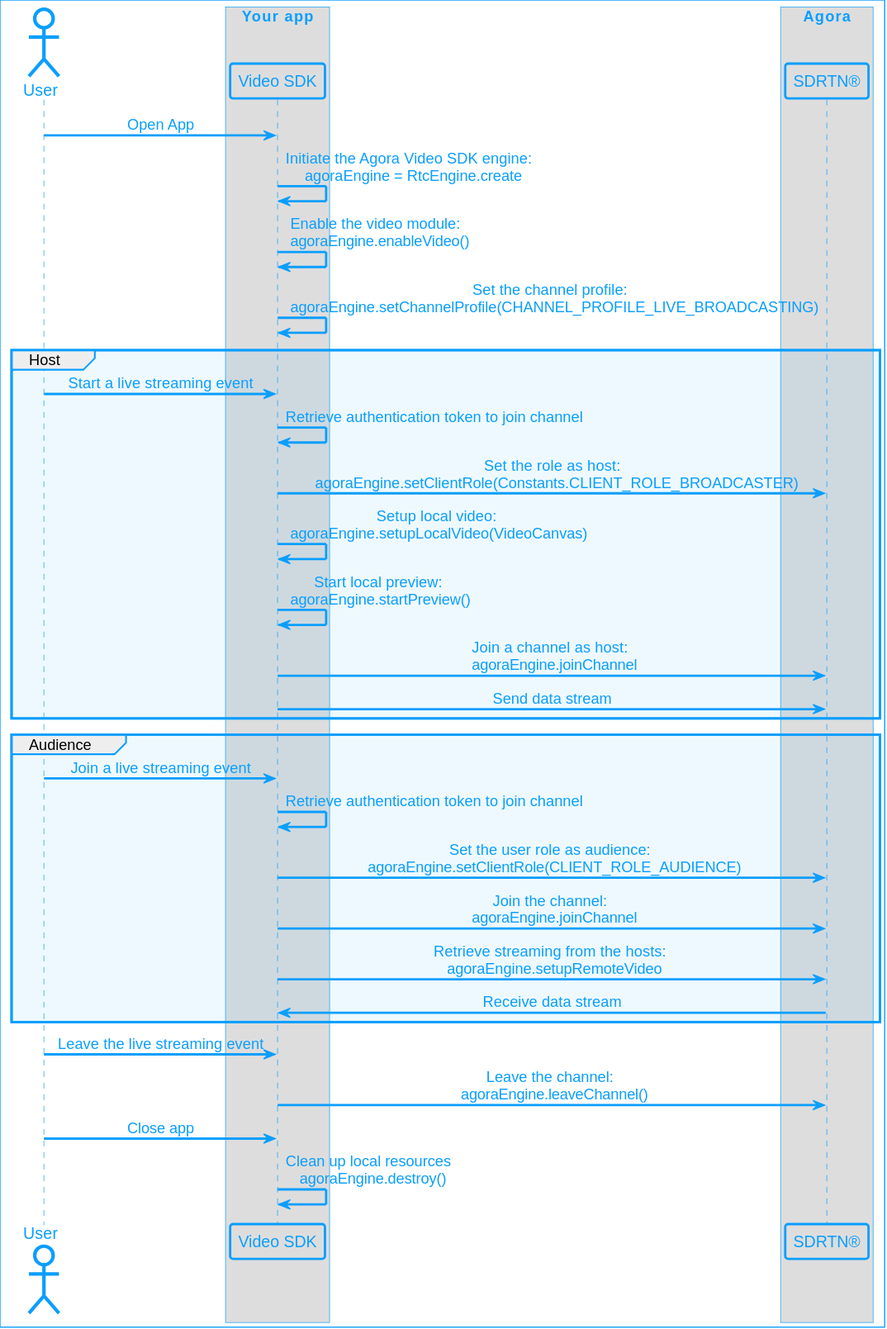
Before: assets/images/rtc-sdk/ils-call-logic-android.svg, a diagram exported from PlantUML (AgoraIO/Docs-Source). Its diagram source:
```plantuml
@startuml
!include agora_skin.iuml


actor "User" as USR

box "Your app"

participant "Video SDK" as APP

end box

box "Agora"

participant "SDRTN®" as API

end box

USR -> APP: Open App
APP -> APP: Initiate the Agora Video SDK engine: \n agoraEngine = RtcEngine.create
APP -> APP: Enable the video module: \n agoraEngine.enableVideo()
APP -> APP: Set the channel profile: \n agoraEngine.setChannelProfile(CHANNEL_PROFILE_LIVE_BROADCASTING)

group Host
USR -> APP: Start a live streaming event
APP->APP: Retrieve authentication token to join channel
APP -> API: Set the role as host:\n  agoraEngine.setClientRole(Constants.CLIENT_ROLE_BROADCASTER)
APP -> APP: Setup local video:\n agoraEngine.setupLocalVideo(VideoCanvas)
APP -> APP: Start local preview:\n agoraEngine.startPreview()
APP -> API: Join a channel as host: \n agoraEngine.joinChannel
APP -> API: Send data stream
end

group Audience
USR -> APP: Join a live streaming event
APP -> APP: Retrieve authentication token to join channel
APP -> API: Set the user role as audience: \n agoraEngine.setClientRole(CLIENT_ROLE_AUDIENCE)
APP -> API: Join the channel: \n agoraEngine.joinChannel
APP -> API: Retrieve streaming from the hosts: \n agoraEngine.setupRemoteVideo
API -> APP: Receive data stream
end

USR -> APP: Leave the live streaming event
APP -> API: Leave the channel: \n agoraEngine.leaveChannel()

USR -> APP: Close app
APP -> APP: Clean up local resources\n  agoraEngine.destroy()
@enduml
```
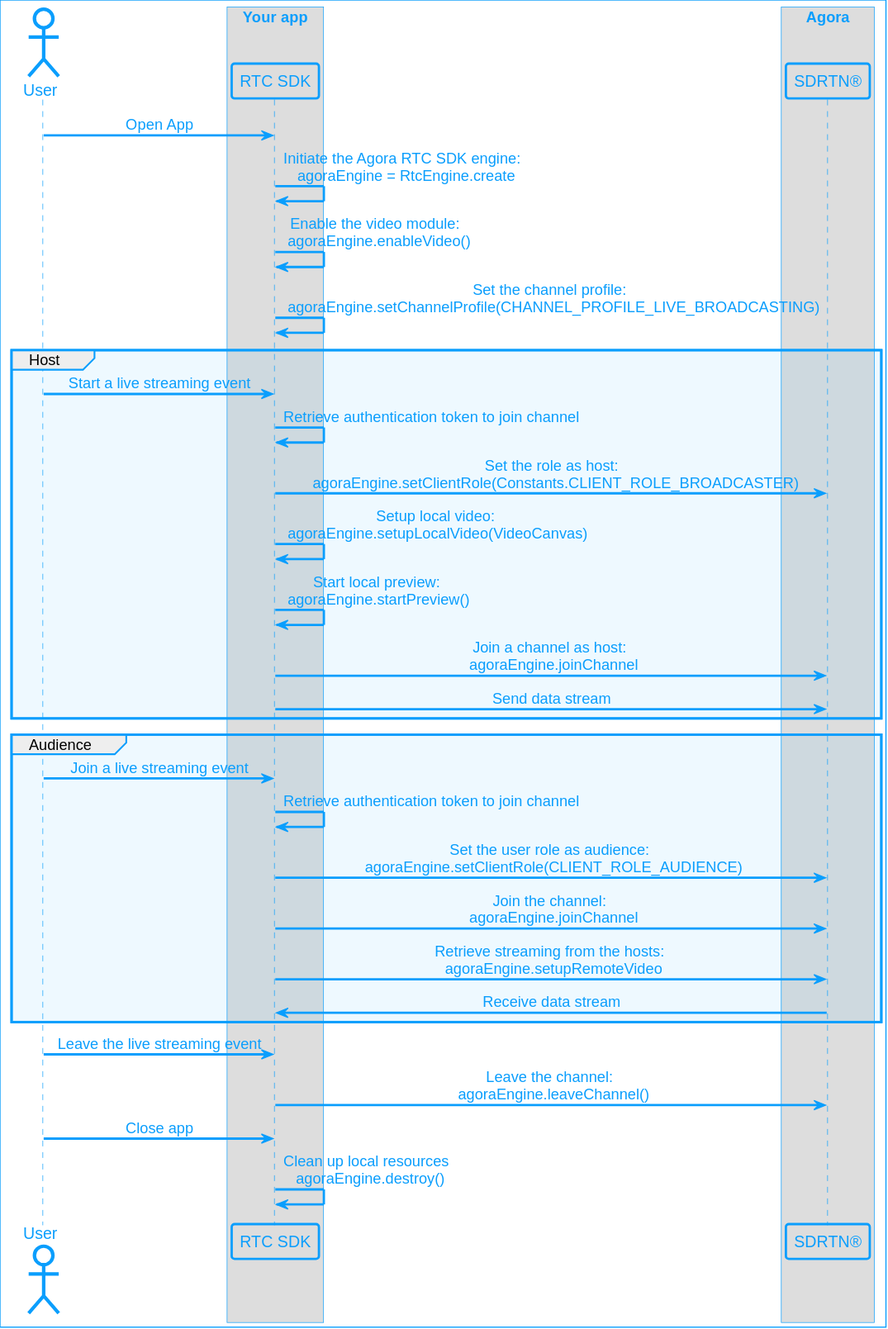
The same file after the commit.

The edit, as a diff of the source:
```diff
@@ -6,7 +6,7 @@
 
 box "Your app"
 
-participant "Video SDK" as APP
+participant "RTC SDK" as APP
 
 end box
 
@@ -17,7 +17,7 @@
 end box
 
 USR -> APP: Open App
-APP -> APP: Initiate the Agora Video SDK engine: \n agoraEngine = RtcEngine.create
+APP -> APP: Initiate the Agora RTC SDK engine: \n agoraEngine = RtcEngine.create
 APP -> APP: Enable the video module: \n agoraEngine.enableVideo()
 APP -> APP: Set the channel profile: \n agoraEngine.setChannelProfile(CHANNEL_PROFILE_LIVE_BROADCASTING)
 
```
